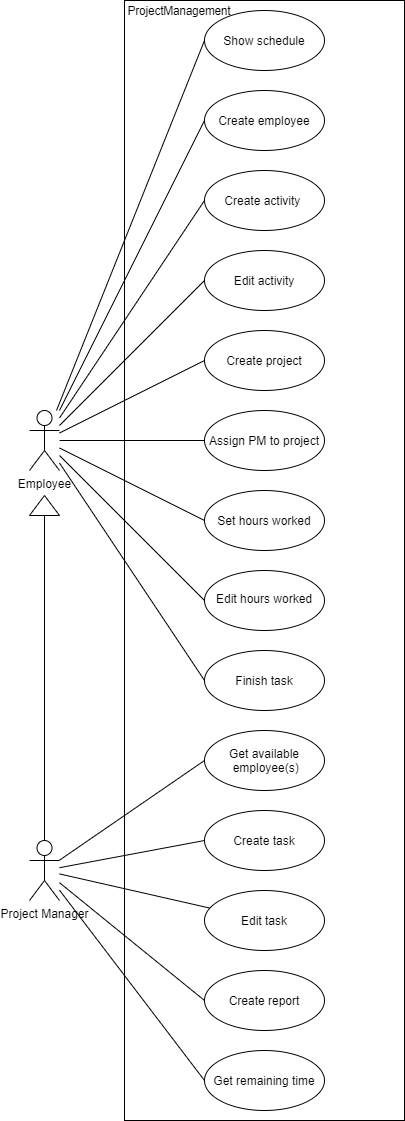
Above: Documentation, figures, etc/Use Case.png in s204475/SoftwareEngineering02161 (draw.io), before the change. Source tidied: cells renumbered, new cells last; positions are measured from the earlier drawing's top-left corner, leaving out a move shared by most shapes.
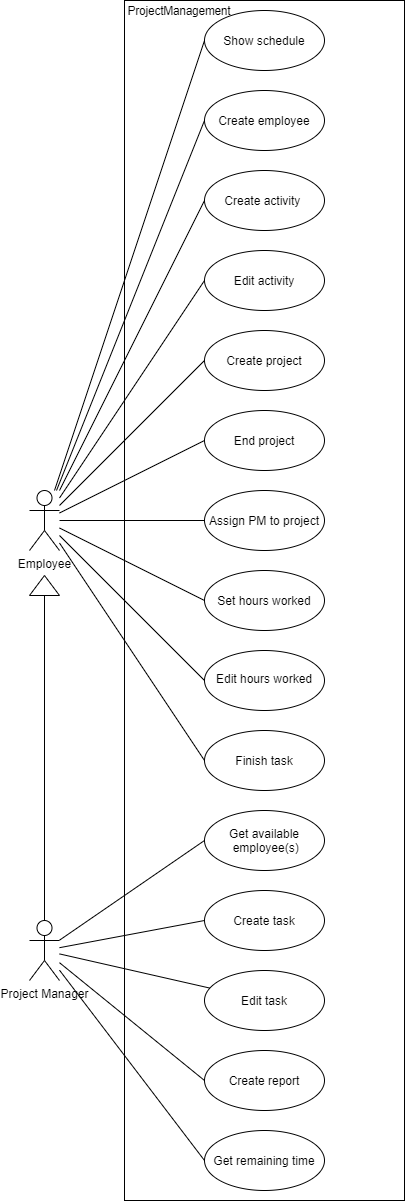
After the commit.

What changed in the source:
```diff
@@ -3,7 +3,7 @@
     <mxCell id="0" />
     <mxCell id="1" parent="0" />
     <mxCell id="2" style="rounded=0;whiteSpace=wrap;html=1;fillColor=none;" parent="1" vertex="1">
-      <mxGeometry x="95" width="280" height="1120" as="geometry" />
+      <mxGeometry x="95" y="-80" width="280" height="1200" as="geometry" />
     </mxCell>
     <mxCell id="3" style="rounded=0;jettySize=auto;html=1;entryX=0;entryY=0.5;entryDx=0;entryDy=0;startArrow=none;startFill=0;endArrow=none;endFill=0;" parent="1" edge="1" source="12" target="13">
       <mxGeometry relative="1" as="geometry" />
@@ -32,11 +32,14 @@
     <mxCell id="11" style="edgeStyle=none;rounded=0;jettySize=auto;html=1;entryX=0;entryY=0.5;entryDx=0;entryDy=0;endArrow=none;endFill=0;" parent="1" edge="1" source="12" target="38">
       <mxGeometry relative="1" as="geometry" />
     </mxCell>
+    <mxCell id="39" style="rounded=0;jettySize=auto;html=1;entryX=0;entryY=0.5;entryDx=0;entryDy=0;endArrow=none;endFill=0;" parent="1" edge="1" source="12" target="40">
+      <mxGeometry relative="1" as="geometry" />
+    </mxCell>
     <mxCell id="12" value="Employee" style="shape=umlActor;verticalLabelPosition=bottom;verticalAlign=top;html=1;outlineConnect=0;" parent="1" vertex="1">
       <mxGeometry y="410" width="30" height="60" as="geometry" />
     </mxCell>
     <mxCell id="13" value="Create project" style="ellipse;whiteSpace=wrap;html=1;" parent="1" vertex="1">
-      <mxGeometry x="175" y="330" width="120" height="60" as="geometry" />
+      <mxGeometry x="175" y="250" width="120" height="60" as="geometry" />
     </mxCell>
     <mxCell id="14" value="Assign PM to project" style="ellipse;whiteSpace=wrap;html=1;" parent="1" vertex="1">
       <mxGeometry x="175" y="410" width="120" height="60" as="geometry" />
@@ -51,7 +54,7 @@
       <mxGeometry x="175" y="650" width="120" height="60" as="geometry" />
     </mxCell>
     <mxCell id="18" value="&lt;font style=&quot;font-size: 11.5px&quot;&gt;ProjectManagement&lt;/font&gt;" style="text;html=1;strokeColor=none;fillColor=none;align=center;verticalAlign=middle;whiteSpace=wrap;rounded=0;" parent="1" vertex="1">
-      <mxGeometry x="95" width="110" height="20" as="geometry" />
+      <mxGeometry x="95" y="-80" width="110" height="20" as="geometry" />
     </mxCell>
     <mxCell id="19" style="edgeStyle=none;rounded=0;jettySize=auto;html=1;entryX=0;entryY=0.5;entryDx=0;entryDy=0;endArrow=none;endFill=0;" parent="1" edge="1" source="36" target="23">
       <mxGeometry relative="1" as="geometry" />
@@ -95,13 +98,13 @@
       <mxGeometry x="185" y="575" width="100" height="45" as="geometry" />
     </mxCell>
     <mxCell id="32" value="Edit activity" style="ellipse;whiteSpace=wrap;html=1;" parent="1" vertex="1">
-      <mxGeometry x="175" y="250" width="120" height="60" as="geometry" />
+      <mxGeometry x="175" y="170" width="120" height="60" as="geometry" />
     </mxCell>
     <mxCell id="33" value="Create activity&amp;nbsp;" style="ellipse;whiteSpace=wrap;html=1;" parent="1" vertex="1">
-      <mxGeometry x="175" y="170" width="120" height="60" as="geometry" />
+      <mxGeometry x="175" y="90" width="120" height="60" as="geometry" />
     </mxCell>
     <mxCell id="34" value="Show schedule" style="ellipse;whiteSpace=wrap;html=1;" parent="1" vertex="1">
-      <mxGeometry x="175" y="10" width="120" height="60" as="geometry" />
+      <mxGeometry x="175" y="-70" width="120" height="60" as="geometry" />
     </mxCell>
     <mxCell id="35" style="rounded=0;jettySize=auto;html=1;endArrow=none;endFill=0;" parent="1" edge="1" source="36" target="37">
       <mxGeometry relative="1" as="geometry" />
@@ -113,7 +116,10 @@
       <mxGeometry x="175" y="890" width="120" height="60" as="geometry" />
     </mxCell>
     <mxCell id="38" value="Create employee" style="ellipse;whiteSpace=wrap;html=1;" parent="1" vertex="1">
-      <mxGeometry x="175" y="90" width="120" height="60" as="geometry" />
+      <mxGeometry x="175" y="10" width="120" height="60" as="geometry" />
     </mxCell>
+    <mxCell id="40" value="End project" style="ellipse;whiteSpace=wrap;html=1;" parent="1" vertex="1">
+      <mxGeometry x="175" y="330" width="120" height="60" as="geometry" />
+    </mxCell>
   </root>
 </mxGraphModel>
```
